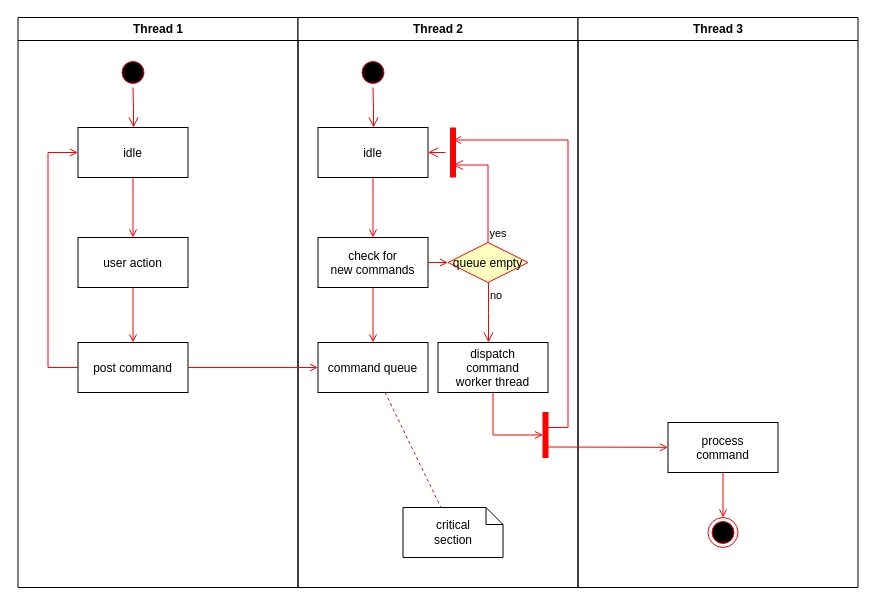
Above: Daily Report Activity Diagram.drawio in Arisa-Ndreu/test (draw.io), before the change. Source tidied: cells renumbered, new cells numbered last; positions are measured from the earlier drawing's top-left corner, leaving out a move shared by most shapes. Both pictures are drawn from the tidied source at 100%, with x=0, y=0 at pixel (17, 17).
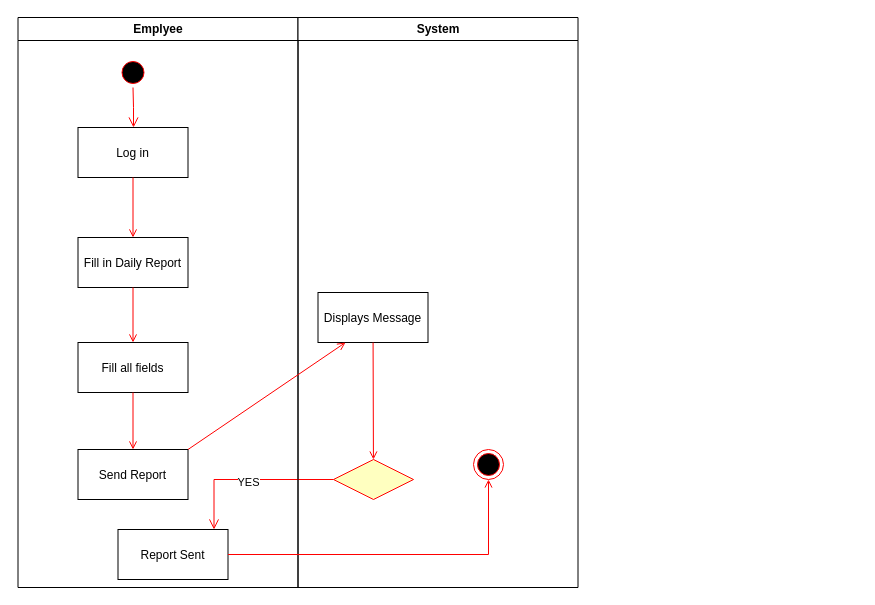
After the change.

Change to the diagram source:
```diff
@@
-    <mxCell id="2" value="Thread 1" style="swimlane;whiteSpace=wrap;" parent="1" vertex="1">
+    <mxCell id="2" value="Emplyee" style="swimlane;whiteSpace=wrap;" parent="1" vertex="1">
       <mxGeometry x="0.5" width="280" height="570" as="geometry" />
     </mxCell>
@@
-    <mxCell id="5" value="idle" parent="2" vertex="1">
+    <mxCell id="5" value="Log in" parent="2" vertex="1">
       <mxGeometry x="60" y="110" width="110" height="50" as="geometry" />
     </mxCell>
-    <mxCell id="6" value="user action" parent="2" vertex="1">
+    <mxCell id="6" value="Fill in Daily Report" parent="2" vertex="1">
       <mxGeometry x="60" y="220" width="110" height="50" as="geometry" />
     </mxCell>
@@
-    <mxCell id="8" value="post command" parent="2" vertex="1">
+    <mxCell id="8" value="Fill all fields" parent="2" vertex="1">
       <mxGeometry x="60" y="325" width="110" height="50" as="geometry" />
     </mxCell>
@@
-    <mxCell id="10" style="edgeStyle=elbowEdgeStyle;elbow=horizontal;strokeColor=#FF0000;endArrow=open;endFill=1;rounded=0;" parent="2" edge="1" source="8" target="5">
-      <mxGeometry relative="1" as="geometry">
-        <Array as="points">
-          <mxPoint x="30" y="250" />
-        </Array>
-      </mxGeometry>
-    </mxCell>
+    <mxCell id="17" value="Send Report" parent="2" vertex="1">
+      <mxGeometry x="60" y="432" width="110" height="50" as="geometry" />
+    </mxCell>
+    <mxCell id="36" style="endArrow=open;strokeColor=#FF0000;endFill=1;rounded=0;" parent="2" edge="1" source="8" target="17">
+      <mxGeometry relative="1" as="geometry" />
+    </mxCell>
+    <mxCell id="25" value="Report Sent" parent="2" vertex="1">
+      <mxGeometry x="100" y="512" width="110" height="50" as="geometry" />
+    </mxCell>
+    <mxCell id="21" style="edgeStyle=elbowEdgeStyle;elbow=horizontal;align=left;verticalAlign=top;endArrow=open;endSize=8;strokeColor=#FF0000;endFill=1;rounded=0;entryX=1;entryY=0;entryDx=0;entryDy=0;exitX=0;exitY=0.5;exitDx=0;exitDy=0;" parent="2" edge="1" source="19">
+      <mxGeometry x="-1" relative="1" as="geometry">
+        <mxPoint x="195.5" y="512" as="targetPoint" />
+        <Array as="points">
+          <mxPoint x="196" y="462" />
+        </Array>
+      </mxGeometry>
+    </mxCell>
+    <mxCell id="37" value="YES" style="edgeLabel;html=1;align=center;verticalAlign=middle;" parent="21" vertex="1">
+      <mxGeometry x="0.01" y="2" relative="1" as="geometry" />
+    </mxCell>
-    <mxCell id="11" value="Thread 2" style="swimlane;whiteSpace=wrap;" parent="1" vertex="1">
+    <mxCell id="11" value="System" style="swimlane;whiteSpace=wrap;" parent="1" vertex="1">
       <mxGeometry x="280.5" width="280" height="570" as="geometry" />
     </mxCell>
-    <mxCell id="12" style="ellipse;shape=startState;fillColor=#000000;strokeColor=#ff0000;" parent="11" vertex="1">
-      <mxGeometry x="60" y="40" width="30" height="30" as="geometry" />
-    </mxCell>
-    <mxCell id="13" style="edgeStyle=elbowEdgeStyle;elbow=horizontal;verticalAlign=bottom;endArrow=open;endSize=8;strokeColor=#FF0000;endFill=1;rounded=0;" parent="11" edge="1" source="12" target="14">
-      <mxGeometry x="40" y="20" as="geometry" />
-    </mxCell>
-    <mxCell id="14" value="idle" parent="11" vertex="1">
-      <mxGeometry x="20" y="110" width="110" height="50" as="geometry" />
-    </mxCell>
-    <mxCell id="15" value="check for &#10;new commands" parent="11" vertex="1">
-      <mxGeometry x="20" y="220" width="110" height="50" as="geometry" />
+    <mxCell id="15" value="Displays Message" parent="11" vertex="1">
+      <mxGeometry x="20" y="275" width="110" height="50" as="geometry" />
     </mxCell>
-    <mxCell id="16" style="endArrow=open;strokeColor=#FF0000;endFill=1;rounded=0;" parent="11" edge="1" source="14" target="15">
-      <mxGeometry relative="1" as="geometry" />
-    </mxCell>
-    <mxCell id="17" value="command queue" parent="11" vertex="1">
-      <mxGeometry x="20" y="325" width="110" height="50" as="geometry" />
-    </mxCell>
+    <mxCell id="19" style="rhombus;fillColor=#ffffc0;strokeColor=#ff0000;" parent="11" vertex="1">
+      <mxGeometry x="35.5" y="442" width="80" height="40" as="geometry" />
+    </mxCell>
+    <mxCell id="22" style="endArrow=open;strokeColor=#FF0000;endFill=1;rounded=0;" parent="11" edge="1" source="15" target="19">
+      <mxGeometry relative="1" as="geometry" />
+    </mxCell>
+    <mxCell id="38" style="ellipse;html=1;shape=endState;fillColor=#000000;strokeColor=#ff0000;" parent="11" vertex="1">
+      <mxGeometry x="175.5" y="432" width="30" height="30" as="geometry" />
+    </mxCell>
-    <mxCell id="18" style="endArrow=open;strokeColor=#FF0000;endFill=1;rounded=0;" parent="11" edge="1" source="15" target="17">
+    <mxCell id="18" style="endArrow=open;strokeColor=#FF0000;endFill=1;rounded=0;exitX=1;exitY=0;exitDx=0;exitDy=0;entryX=0.25;entryY=1;entryDx=0;entryDy=0;" parent="1" edge="1" source="17" target="15">
       <mxGeometry relative="1" as="geometry" />
     </mxCell>
-    <mxCell id="19" value="queue empty" style="rhombus;fillColor=#ffffc0;strokeColor=#ff0000;" parent="11" vertex="1">
-      <mxGeometry x="150" y="225" width="80" height="40" as="geometry" />
-    </mxCell>
-    <mxCell id="20" value="yes" style="edgeStyle=elbowEdgeStyle;elbow=horizontal;align=left;verticalAlign=bottom;endArrow=open;endSize=8;strokeColor=#FF0000;exitX=0.5;exitY=0;endFill=1;rounded=0;entryX=0.75;entryY=0.5;entryPerimeter=0;" parent="11" edge="1" source="19" target="23">
-      <mxGeometry x="-1" relative="1" as="geometry">
-        <Array as="points">
-          <mxPoint x="190" y="180" />
-        </Array>
-      </mxGeometry>
-    </mxCell>
-    <mxCell id="21" value="no" style="edgeStyle=elbowEdgeStyle;elbow=horizontal;align=left;verticalAlign=top;endArrow=open;endSize=8;strokeColor=#FF0000;endFill=1;rounded=0;" parent="11" edge="1" source="19" target="25">
-      <mxGeometry x="-1" relative="1" as="geometry" />
-    </mxCell>
-    <mxCell id="22" style="endArrow=open;strokeColor=#FF0000;endFill=1;rounded=0;" parent="11" edge="1" source="15" target="19">
-      <mxGeometry relative="1" as="geometry" />
-    </mxCell>
-    <mxCell id="23" style="shape=line;strokeWidth=6;strokeColor=#ff0000;rotation=90;" parent="11" vertex="1">
-      <mxGeometry x="130" y="127.5" width="50" height="15" as="geometry" />
-    </mxCell>
-    <mxCell id="24" style="edgeStyle=elbowEdgeStyle;elbow=horizontal;verticalAlign=bottom;endArrow=open;endSize=8;strokeColor=#FF0000;endFill=1;rounded=0;" parent="11" edge="1" source="23" target="14">
-      <mxGeometry x="130" y="90" as="geometry" />
-    </mxCell>
-    <mxCell id="25" value="dispatch&#10;command&#10;worker thread" parent="11" vertex="1">
-      <mxGeometry x="140" y="325" width="110" height="50" as="geometry" />
-    </mxCell>
-    <mxCell id="26" value="critical&#10;section" style="shape=note;whiteSpace=wrap;size=17;" parent="11" vertex="1">
-      <mxGeometry x="105" y="490" width="100" height="50" as="geometry" />
-    </mxCell>
-    <mxCell id="27" style="endArrow=none;strokeColor=#FF0000;endFill=0;rounded=0;dashed=1;" parent="11" edge="1" source="17" target="26">
-      <mxGeometry relative="1" as="geometry" />
-    </mxCell>
-    <mxCell id="28" style="whiteSpace=wrap;strokeColor=#FF0000;fillColor=#FF0000;" parent="11" vertex="1">
-      <mxGeometry x="245" y="395" width="5" height="45" as="geometry" />
-    </mxCell>
-    <mxCell id="29" style="edgeStyle=elbowEdgeStyle;elbow=horizontal;entryX=0;entryY=0.5;strokeColor=#FF0000;endArrow=open;endFill=1;rounded=0;" parent="11" edge="1" source="25" target="28">
-      <mxGeometry relative="1" as="geometry">
-        <Array as="points">
-          <mxPoint x="195" y="400" />
-        </Array>
-      </mxGeometry>
-    </mxCell>
-    <mxCell id="30" value="Thread 3" style="swimlane;whiteSpace=wrap;" parent="1" vertex="1">
-      <mxGeometry x="560.5" width="280" height="570" as="geometry" />
-    </mxCell>
-    <mxCell id="31" value="process&#10;command" parent="30" vertex="1">
-      <mxGeometry x="90" y="405" width="110" height="50" as="geometry" />
-    </mxCell>
-    <mxCell id="32" style="edgeStyle=elbowEdgeStyle;elbow=horizontal;strokeColor=#FF0000;endArrow=open;endFill=1;rounded=0;entryX=0.25;entryY=0.5;entryPerimeter=0;" parent="30" edge="1" target="23">
-      <mxGeometry relative="1" as="geometry">
-        <mxPoint x="-30" y="410" as="sourcePoint" />
-        <Array as="points">
-          <mxPoint x="-10" y="135" />
-        </Array>
-      </mxGeometry>
-    </mxCell>
-    <mxCell id="33" style="edgeStyle=none;strokeColor=#FF0000;endArrow=open;endFill=1;rounded=0;" parent="30" edge="1" target="31">
-      <mxGeometry relative="1" as="geometry">
-        <mxPoint x="-30" y="429.5" as="sourcePoint" />
-      </mxGeometry>
-    </mxCell>
-    <mxCell id="34" style="ellipse;shape=endState;fillColor=#000000;strokeColor=#ff0000;" parent="30" vertex="1">
-      <mxGeometry x="130" y="500" width="30" height="30" as="geometry" />
-    </mxCell>
-    <mxCell id="35" style="endArrow=open;strokeColor=#FF0000;endFill=1;rounded=0;" parent="30" edge="1" source="31" target="34">
-      <mxGeometry relative="1" as="geometry" />
-    </mxCell>
-    <mxCell id="36" style="endArrow=open;strokeColor=#FF0000;endFill=1;rounded=0;" parent="1" edge="1" source="8" target="17">
-      <mxGeometry relative="1" as="geometry" />
-    </mxCell>
+    <mxCell id="39" style="edgeStyle=elbowEdgeStyle;elbow=horizontal;strokeColor=#FF0000;endArrow=open;endFill=1;rounded=0;" parent="1" edge="1" source="25" target="38">
+      <mxGeometry relative="1" as="geometry">
+        <Array as="points">
+          <mxPoint x="471" y="482" />
+          <mxPoint x="466" y="532" />
+        </Array>
+      </mxGeometry>
+    </mxCell>
```
